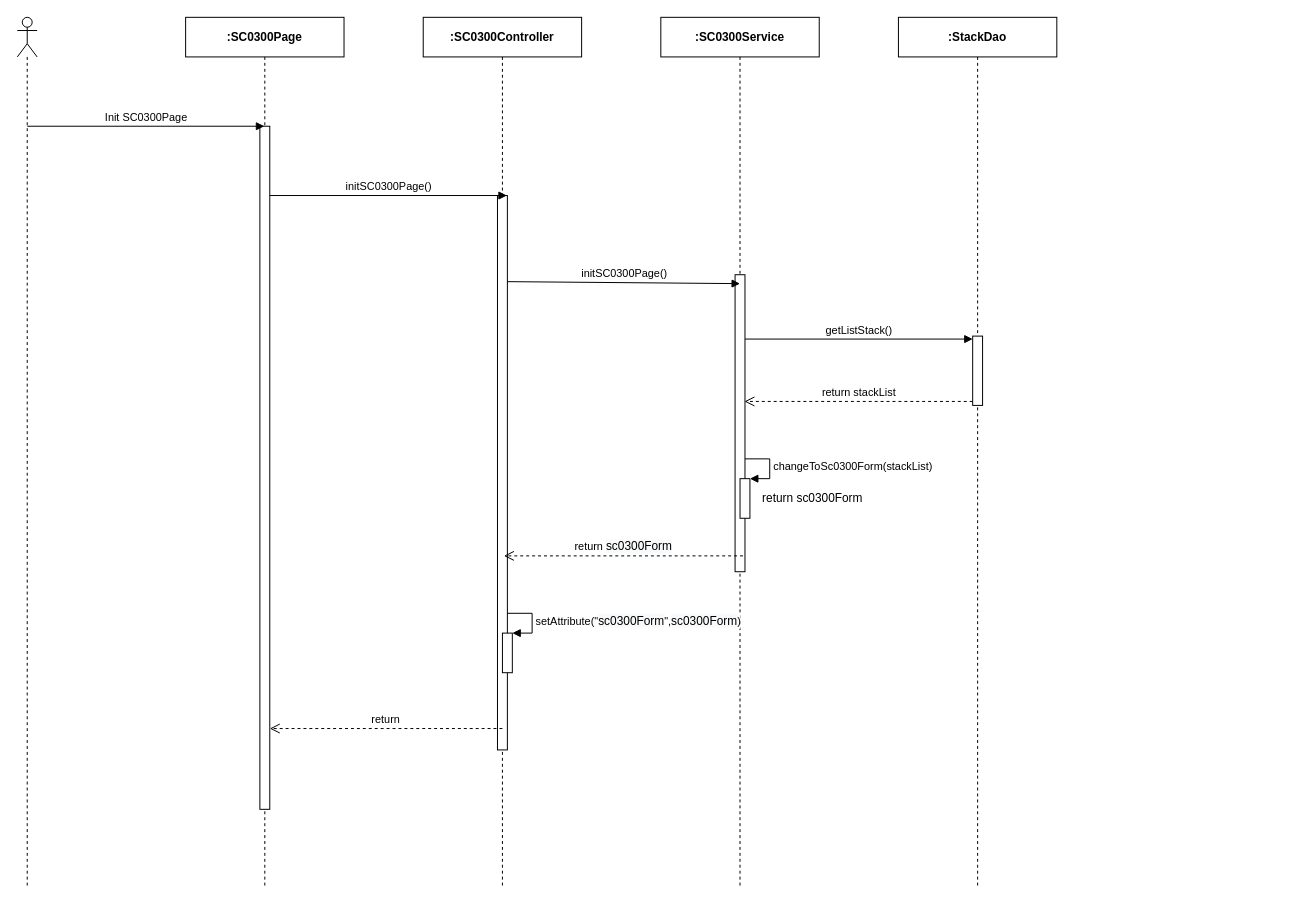
Above: page "Ev01" (1 of 4) of 1. Review/SEQ Diagram/sc03/SC0300_StackManage.drawio in luannmdev/CapstoneDocument (draw.io), before the change. Source tidied: cells renumbered, new cells numbered last; positions are measured from the earlier drawing's top-left corner, leaving out a move shared by most shapes. Both pictures are drawn from the tidied source at 99%, with x=0, y=0 at pixel (17, 17).
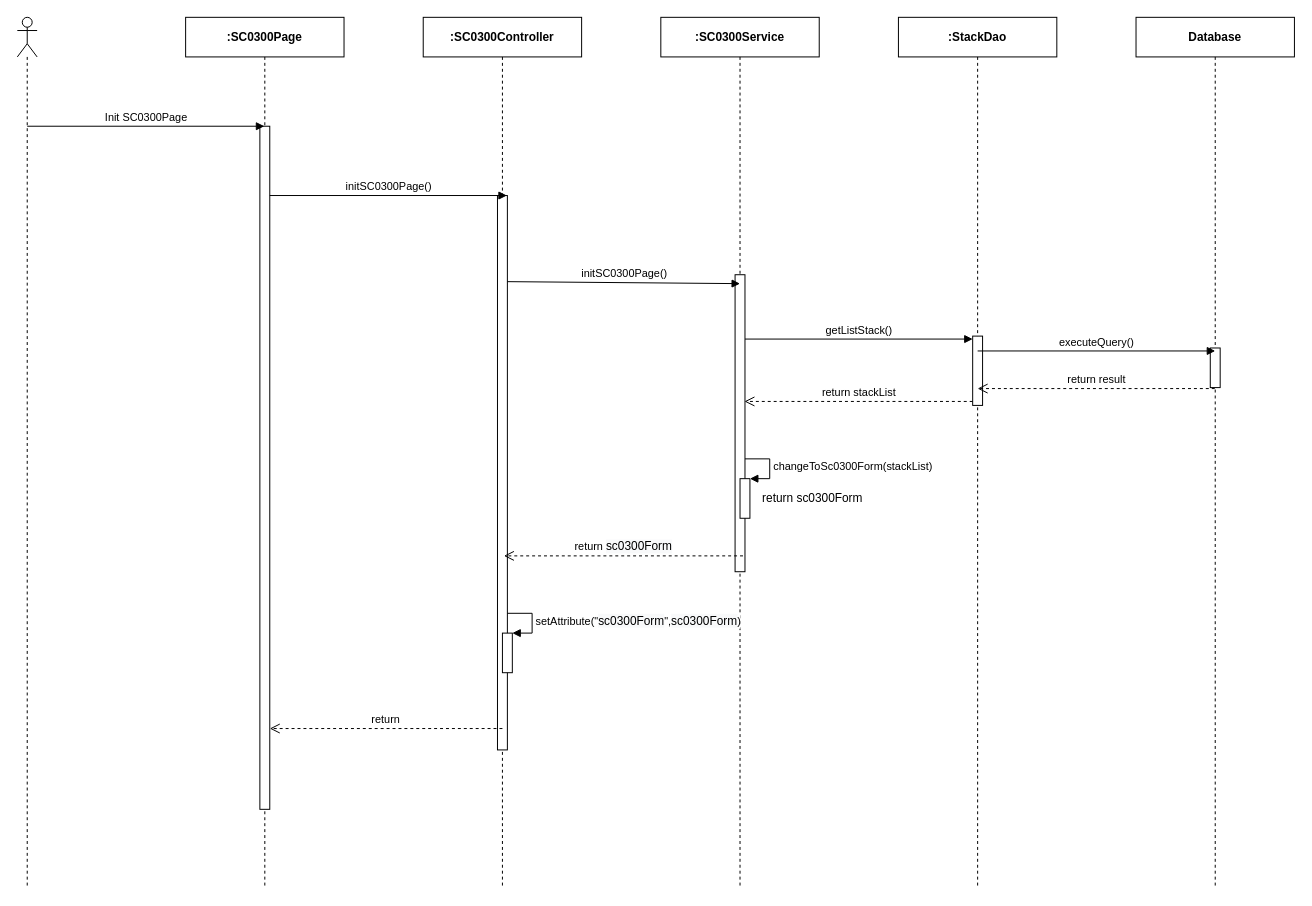
The same page after the edit.

Diff of the diagram source:
```diff
@@
+    <mxCell id="23" value="&lt;b&gt;Database&lt;/b&gt;" style="shape=umlLifeline;perimeter=lifelinePerimeter;whiteSpace=wrap;html=1;" parent="1" vertex="1">
+      <mxGeometry x="1130" width="160" height="880" as="geometry" />
+    </mxCell>
+    <mxCell id="24" style="html=1;perimeter=orthogonalPerimeter;" parent="23" vertex="1">
+      <mxGeometry x="75" y="334" width="10" height="40" as="geometry" />
+    </mxCell>
+    <mxCell id="25" value="executeQuery()" style="html=1;verticalAlign=bottom;endArrow=block;" parent="1" edge="1">
+      <mxGeometry relative="1" as="geometry">
+        <mxPoint x="970" y="337" as="sourcePoint" />
+        <mxPoint x="1210" y="337" as="targetPoint" />
+      </mxGeometry>
+    </mxCell>
+    <mxCell id="26" value="return result" style="html=1;verticalAlign=bottom;endArrow=open;dashed=1;endSize=8;" parent="1" edge="1">
+      <mxGeometry relative="1" as="geometry">
+        <mxPoint x="1209.5" y="375" as="sourcePoint" />
+        <mxPoint x="970" y="375" as="targetPoint" />
+      </mxGeometry>
+    </mxCell>
```
